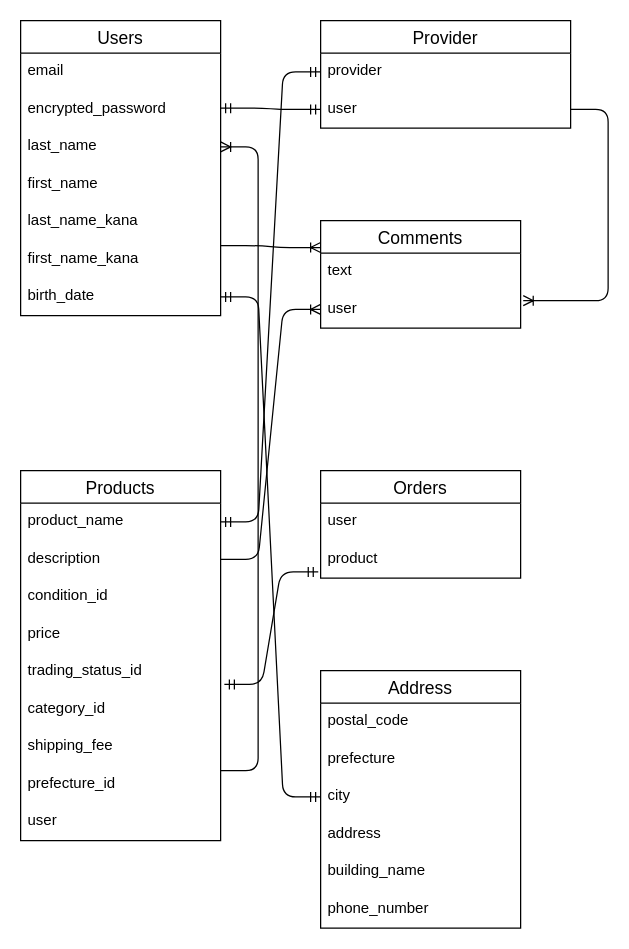
Earlier version of the draw.io diagram ER.dio (on102-yamauchi-kazuhiro/furima-35937). Source tidied: cells renumbered, new cells numbered last; positions are measured from the earlier drawing's top-left corner, leaving out a move shared by most shapes. Both pictures are drawn from the tidied source at 125%, with x=0, y=0 at pixel (20, 20).
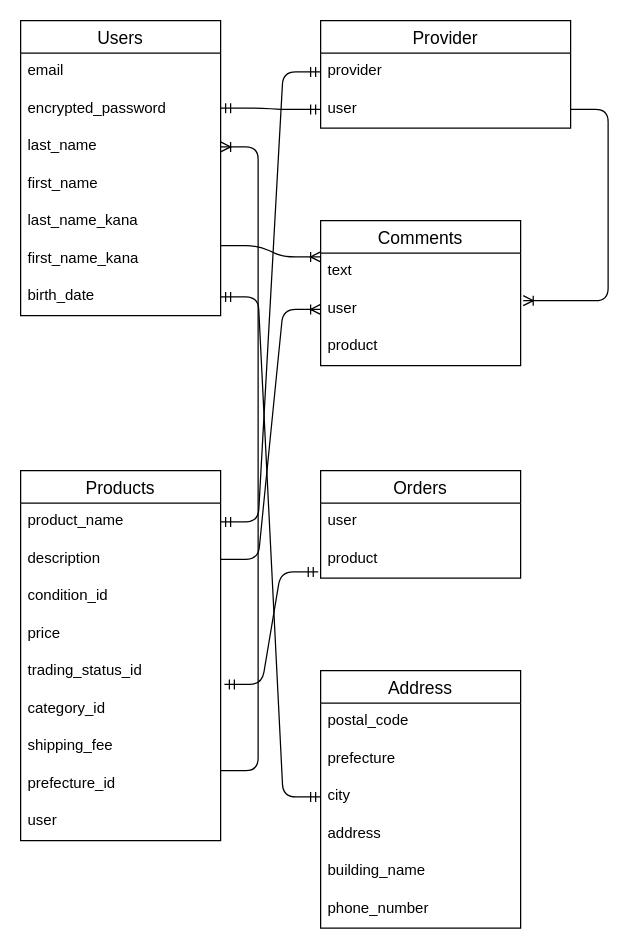
The same page after the edit.

Commit message (it also covers changes not shown here):
テーブルの修正5

The edit, as a diff of the source:
```diff
@@
     <mxCell id="13" value="Comments" style="swimlane;fontStyle=0;horizontal=1;startSize=26;align=center;fontSize=14;" parent="1" vertex="1">
-      <mxGeometry x="240" y="160" width="160" height="86" as="geometry" />
+      <mxGeometry x="240" y="160" width="160" height="116" as="geometry" />
     </mxCell>
@@
+    <mxCell id="44" value="product" style="text;strokeColor=none;fillColor=none;spacingLeft=4;spacingRight=4;overflow=hidden;fontSize=12;" parent="13" vertex="1">
+      <mxGeometry y="86" width="160" height="30" as="geometry" />
+    </mxCell>
```
